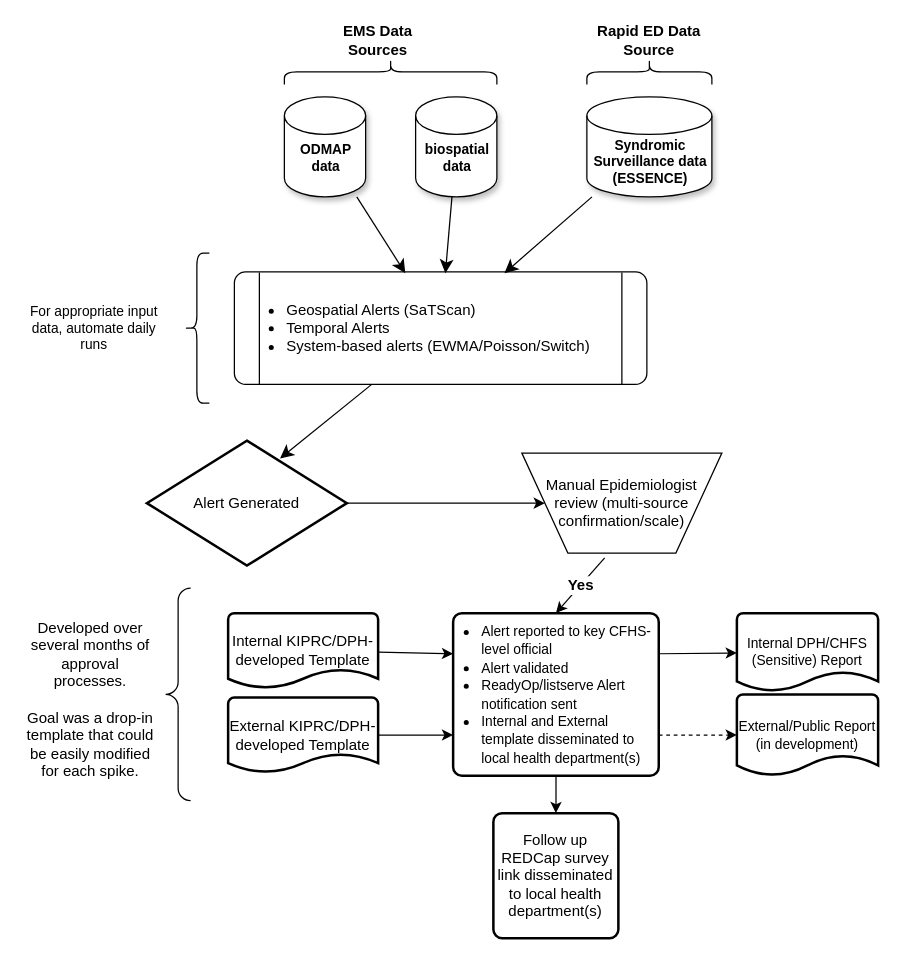
andrew-farrey/drawio keeps this draw.io diagram as KDOAS v2.drawio. Above is the earlier version. Source tidied: cells renumbered, new cells numbered last; positions are measured from the earlier drawing's top-left corner, leaving out a move shared by most shapes. Both pictures are drawn from the tidied source at 125%, with x=0, y=0 at pixel (21, 21).
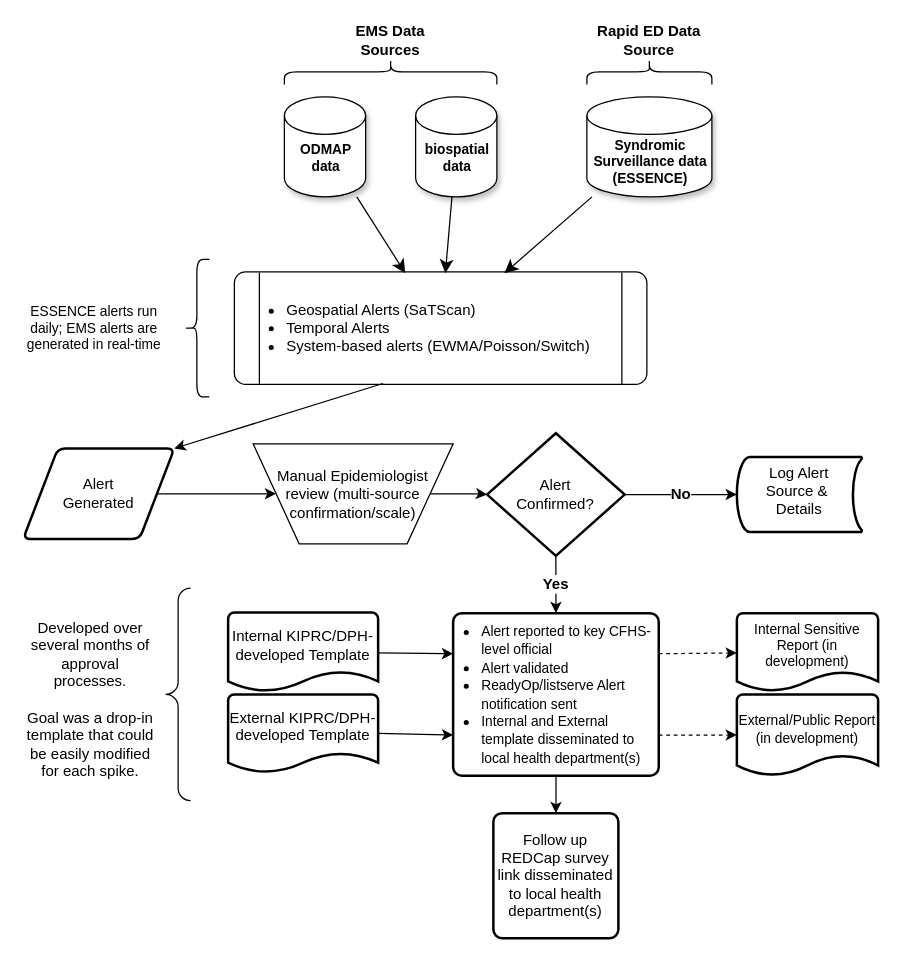
After the change.

The change refers to these unchanged cells:
```xml
<mxCell id="21" value="&lt;ul&gt;&lt;li&gt;&lt;span style=&quot;background-color: transparent; color: light-dark(rgb(0, 0, 0), rgb(255, 255, 255));&quot;&gt;&lt;font style=&quot;font-size: 11px;&quot;&gt;Alert reported to key CFHS-level official&lt;/font&gt;&lt;/span&gt;&lt;/li&gt;&lt;li&gt;&lt;font style=&quot;font-size: 11px;&quot;&gt;&lt;font style=&quot;&quot;&gt;Alert validated&lt;/font&gt;&lt;/font&gt;&lt;/li&gt;&lt;li&gt;&lt;font style=&quot;font-size: 11px;&quot;&gt;ReadyOp/listserve Alert notification sent&lt;/font&gt;&lt;/li&gt;&lt;li&gt;&lt;font style=&quot;font-size: 11px;&quot;&gt;Internal and External template disseminated to local health department(s)&amp;nbsp;&lt;/font&gt;&lt;/li&gt;&lt;/ul&gt;" style="rounded=1;whiteSpace=wrap;html=1;absoluteArcSize=1;arcSize=14;strokeWidth=2;align=left;spacingRight=0;spacingLeft=-19;" parent="1" vertex="1">
  <mxGeometry x="345" y="473" width="164.5" height="130" as="geometry" />
</mxCell>
<mxCell id="24" style="group;" parent="1" vertex="1">
  <mxGeometry y="490.5" width="685" height="242.5" as="geometry" />
</mxCell>
<mxCell id="32" style="shape=partialRectangle;whiteSpace=wrap;html=1;top=0;bottom=0;fillColor=none;" parent="1" vertex="1">
  <mxGeometry x="190" y="201" width="290" height="89" as="geometry" />
</mxCell>
```

Change to the diagram source:
```diff
@@
     <mxCell id="3" style="shape=curlyBracket;whiteSpace=wrap;html=1;rounded=1;labelPosition=left;verticalLabelPosition=middle;align=right;verticalAlign=middle;" parent="1" vertex="1">
-      <mxGeometry x="130" y="185" width="20" height="120" as="geometry" />
+      <mxGeometry x="130" y="190" width="20" height="110" as="geometry" />
     </mxCell>
-    <mxCell id="4" value="For appropriate input data, automate daily runs" style="text;html=1;whiteSpace=wrap;strokeColor=none;fillColor=none;align=center;verticalAlign=middle;rounded=0;fontSize=11;" parent="1" vertex="1">
+    <mxCell id="4" value="ESSENCE alerts run daily; EMS alerts are generated in real-time" style="text;html=1;whiteSpace=wrap;strokeColor=none;fillColor=none;align=center;verticalAlign=middle;rounded=0;fontSize=11;" parent="1" vertex="1">
       <mxGeometry x="1" y="230" width="114" height="30" as="geometry" />
     </mxCell>
-    <mxCell id="5" style="edgeStyle=none;curved=1;rounded=0;jettySize=auto;html=1;fontSize=12;startSize=8;endSize=8;entryX=0.666;entryY=0.142;entryDx=0;entryDy=0;entryPerimeter=0;" parent="1" edge="1" source="32" target="6">
-      <mxGeometry relative="1" as="geometry" />
-    </mxCell>
-    <mxCell id="6" value="Alert Generated" style="strokeWidth=2;html=1;shape=mxgraph.flowchart.decision;whiteSpace=wrap;" parent="1" vertex="1">
-      <mxGeometry x="100" y="335" width="160" height="100" as="geometry" />
-    </mxCell>
+    <mxCell id="36" value="No" style="edgeStyle=orthogonalEdgeStyle;rounded=0;jettySize=auto;html=1;fontSize=12;fontStyle=1;exitX=1;exitY=0.5;exitDx=0;exitDy=0;exitPerimeter=0;" parent="1" edge="1" source="39" target="38">
+      <mxGeometry relative="1" as="geometry" />
+    </mxCell>
+    <mxCell id="37" style="edgeStyle=orthogonalEdgeStyle;rounded=0;jettySize=auto;html=1;" parent="1" edge="1" source="7" target="39">
+      <mxGeometry relative="1" as="geometry" />
+    </mxCell>
     <mxCell id="7" value="Manual Epidemiologist review (multi-source confirmation/scale)" style="verticalLabelPosition=middle;verticalAlign=middle;html=1;shape=trapezoid;perimeter=trapezoidPerimeter;whiteSpace=wrap;size=0.23;arcSize=10;flipV=1;labelPosition=center;align=center;" parent="1" vertex="1">
-      <mxGeometry x="400" y="345" width="160" height="80" as="geometry" />
+      <mxGeometry x="185" y="337.5" width="160" height="80" as="geometry" />
     </mxCell>
@@
-    <mxCell id="12" style="endArrow=classic;html=1;rounded=0;fontSize=12;fontStyle=1;exitX=1;exitY=0.5;exitDx=0;exitDy=0;exitPerimeter=0;entryX=0;entryY=0.5;entryDx=0;entryDy=0;strokeWidth=1;" parent="1" edge="1" source="6" target="7">
-      <mxGeometry relative="1" as="geometry" />
-    </mxCell>
-    <mxCell id="13" value="Internal DPH/CHFS (Sensitive) Report" style="strokeWidth=2;html=1;shape=mxgraph.flowchart.document2;whiteSpace=wrap;size=0.25;fontSize=11;" parent="1" vertex="1">
+    <mxCell id="13" value="Internal Sensitive Report (in development)" style="strokeWidth=2;html=1;shape=mxgraph.flowchart.document2;whiteSpace=wrap;size=0.25;fontSize=11;spacingBottom=10;" parent="1" vertex="1">
       <mxGeometry x="572" y="473" width="113" height="62.5" as="geometry" />
     </mxCell>
-    <mxCell id="14" value="Internal KIPRC/DPH-developed Template" style="strokeWidth=2;html=1;shape=mxgraph.flowchart.document2;whiteSpace=wrap;size=0.25;" parent="1" vertex="1">
-      <mxGeometry x="165" y="473" width="120" height="60" as="geometry" />
+    <mxCell id="14" value="&lt;div style=&quot;padding-bottom: 10px;&quot;&gt;Internal KIPRC/DPH-developed Template&lt;/div&gt;" style="strokeWidth=2;html=1;shape=mxgraph.flowchart.document2;whiteSpace=wrap;size=0.25;" parent="1" vertex="1">
+      <mxGeometry x="165" y="472.5" width="120" height="63" as="geometry" />
     </mxCell>
@@
     <mxCell id="20" value="EMS Data Sources" style="text;html=1;whiteSpace=wrap;strokeColor=none;fillColor=none;align=center;verticalAlign=middle;rounded=0;fontStyle=1;" parent="1" vertex="1">
-      <mxGeometry x="255" width="60" height="30" as="geometry" />
+      <mxGeometry x="265" width="60" height="30" as="geometry" />
     </mxCell>
@@
-    <mxCell id="22" value="Yes" style="endArrow=classic;html=1;rounded=0;fontSize=12;fontStyle=1;strokeWidth=1;entryX=0.5;entryY=0;entryDx=0;entryDy=0;exitX=0.414;exitY=-0.047;exitDx=0;exitDy=0;exitPerimeter=0;" parent="1" edge="1" source="7" target="21">
+    <mxCell id="22" value="Yes" style="endArrow=classic;html=1;rounded=0;fontSize=12;fontStyle=1;strokeWidth=1;entryX=0.5;entryY=0;entryDx=0;entryDy=0;exitX=0.5;exitY=1;exitDx=0;exitDy=0;exitPerimeter=0;" parent="1" edge="1" source="39" target="21">
       <mxGeometry x="-0.01" relative="1" as="geometry" />
     </mxCell>
@@
-    <mxCell id="25" value="External/Public Report&lt;div&gt;(in development)&lt;/div&gt;" style="strokeWidth=2;html=1;shape=mxgraph.flowchart.document2;whiteSpace=wrap;size=0.25;fontSize=11;" parent="24" vertex="1">
+    <mxCell id="25" value="External/Public Report&lt;div style=&quot;padding-bottom: 10px;&quot;&gt;(in development)&lt;/div&gt;" style="strokeWidth=2;html=1;shape=mxgraph.flowchart.document2;whiteSpace=wrap;size=0.25;fontSize=11;" parent="24" vertex="1">
       <mxGeometry x="572" y="47.5" width="113" height="65" as="geometry" />
     </mxCell>
@@
-    <mxCell id="27" value="External KIPRC/DPH-developed Template" style="strokeWidth=2;html=1;shape=mxgraph.flowchart.document2;whiteSpace=wrap;size=0.25;" parent="24" vertex="1">
-      <mxGeometry x="165" y="50" width="120" height="60" as="geometry" />
+    <mxCell id="27" value="&lt;div style=&quot;line-height: 110%; padding-right: 0px; padding-bottom: 10px;&quot;&gt;External KIPRC/DPH-developed Template&lt;/div&gt;" style="strokeWidth=2;html=1;shape=mxgraph.flowchart.document2;whiteSpace=wrap;size=0.25;" parent="24" vertex="1">
+      <mxGeometry x="165" y="47.5" width="120" height="62.5" as="geometry" />
     </mxCell>
-    <mxCell id="28" style="rounded=0;jettySize=auto;html=1;exitX=1;exitY=0.25;exitDx=0;exitDy=0;" parent="24" edge="1" source="21" target="13">
+    <mxCell id="28" style="rounded=0;jettySize=auto;html=1;exitX=1;exitY=0.25;exitDx=0;exitDy=0;dashed=1;" parent="24" edge="1" source="21" target="13">
       <mxGeometry relative="1" as="geometry" />
     </mxCell>
@@
+    <mxCell id="38" value="Log Alert&lt;div&gt;Source &amp;amp;&amp;nbsp;&lt;/div&gt;&lt;div style=&quot;padding-bottom: 5px;&quot;&gt;Details&lt;/div&gt;" style="strokeWidth=2;html=1;shape=mxgraph.flowchart.stored_data;whiteSpace=wrap;" parent="1" vertex="1">
+      <mxGeometry x="572" y="348.1" width="100" height="60" as="geometry" />
+    </mxCell>
+    <mxCell id="12" style="edgeStyle=orthogonalEdgeStyle;rounded=0;jettySize=auto;html=1;" parent="1" edge="1" source="6" target="7">
+      <mxGeometry relative="1" as="geometry" />
+    </mxCell>
+    <mxCell id="6" value="Alert&lt;div&gt;Generated&lt;/div&gt;" style="shape=parallelogram;html=1;strokeWidth=2;perimeter=parallelogramPerimeter;whiteSpace=wrap;rounded=1;arcSize=12;size=0.23;" parent="1" vertex="1">
+      <mxGeometry x="1" y="341.2" width="121" height="72.5" as="geometry" />
+    </mxCell>
+    <mxCell id="5" style="rounded=0;jettySize=auto;html=1;exitX=0.341;exitY=0.992;exitDx=0;exitDy=0;exitPerimeter=0;entryX=1;entryY=0;entryDx=0;entryDy=0;" parent="1" edge="1" source="32" target="6">
+      <mxGeometry relative="1" as="geometry" />
+    </mxCell>
+    <mxCell id="39" value="Alert&lt;div&gt;Confirmed?&lt;/div&gt;" style="strokeWidth=2;html=1;shape=mxgraph.flowchart.decision;whiteSpace=wrap;" parent="1" vertex="1">
+      <mxGeometry x="372.2" y="329.1" width="110" height="98.1" as="geometry" />
+    </mxCell>
```
